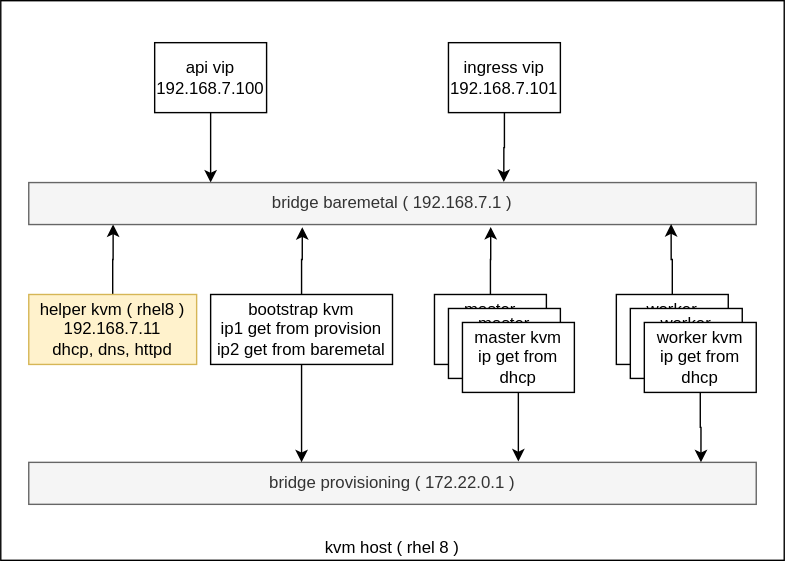
Before: redhat/ocp4/4.6/dia/4.6.bm.ipi.provision.network.drawio.svg, a diagram exported from draw.io (wangzheng422/docker_env). Source tidied: cells renumbered, new cells last; positions are measured from the earlier drawing's top-left corner, leaving out a move shared by most shapes.
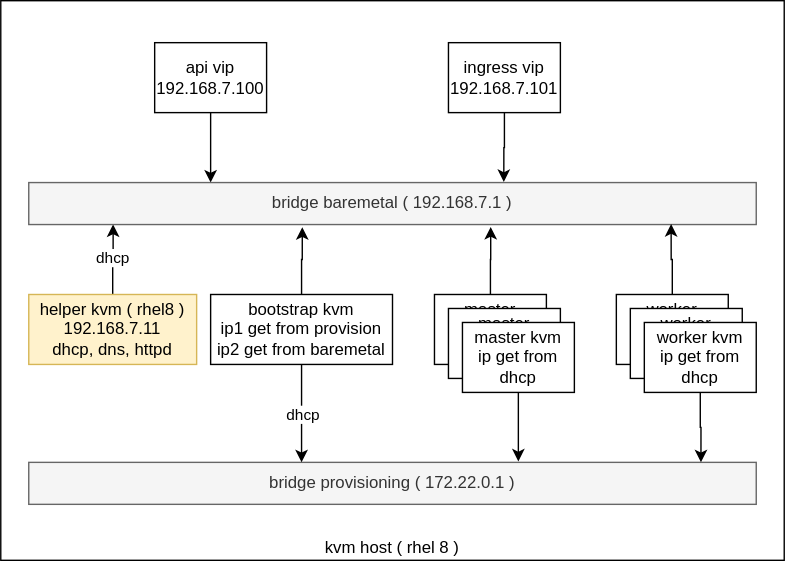
After the commit.

What changed in the source:
```diff
@@ -12,6 +12,9 @@
     <mxCell id="5" style="edgeStyle=orthogonalEdgeStyle;rounded=0;jettySize=auto;html=1;entryX=0.116;entryY=0.996;entryDx=0;entryDy=0;entryPerimeter=0;" parent="3" edge="1" source="6" target="21">
       <mxGeometry relative="1" as="geometry" />
     </mxCell>
+    <mxCell id="25" value="dhcp" style="edgeLabel;html=1;align=center;verticalAlign=middle;" parent="5" vertex="1">
+      <mxGeometry x="0.09" y="1" relative="1" as="geometry" />
+    </mxCell>
     <mxCell id="6" value="helper kvm ( rhel8 )&lt;br&gt;192.168.7.11&lt;br&gt;dhcp, dns, httpd" style="rounded=0;whiteSpace=wrap;html=1;fillColor=#fff2cc;strokeColor=#d6b656;" parent="3" vertex="1">
       <mxGeometry x="20" y="210" width="120" height="50" as="geometry" />
     </mxCell>
@@ -20,6 +23,9 @@
         <mxPoint x="215" y="330" as="targetPoint" />
       </mxGeometry>
     </mxCell>
+    <mxCell id="26" value="dhcp" style="edgeLabel;html=1;align=center;verticalAlign=middle;" parent="7" vertex="1">
+      <mxGeometry relative="1" as="geometry" />
+    </mxCell>
     <mxCell id="8" value="bootstrap kvm&lt;br&gt;ip1 get from provision&lt;br&gt;ip2 get from baremetal" style="rounded=0;whiteSpace=wrap;html=1;" parent="3" vertex="1">
       <mxGeometry x="150" y="210" width="130" height="50" as="geometry" />
     </mxCell>
```
